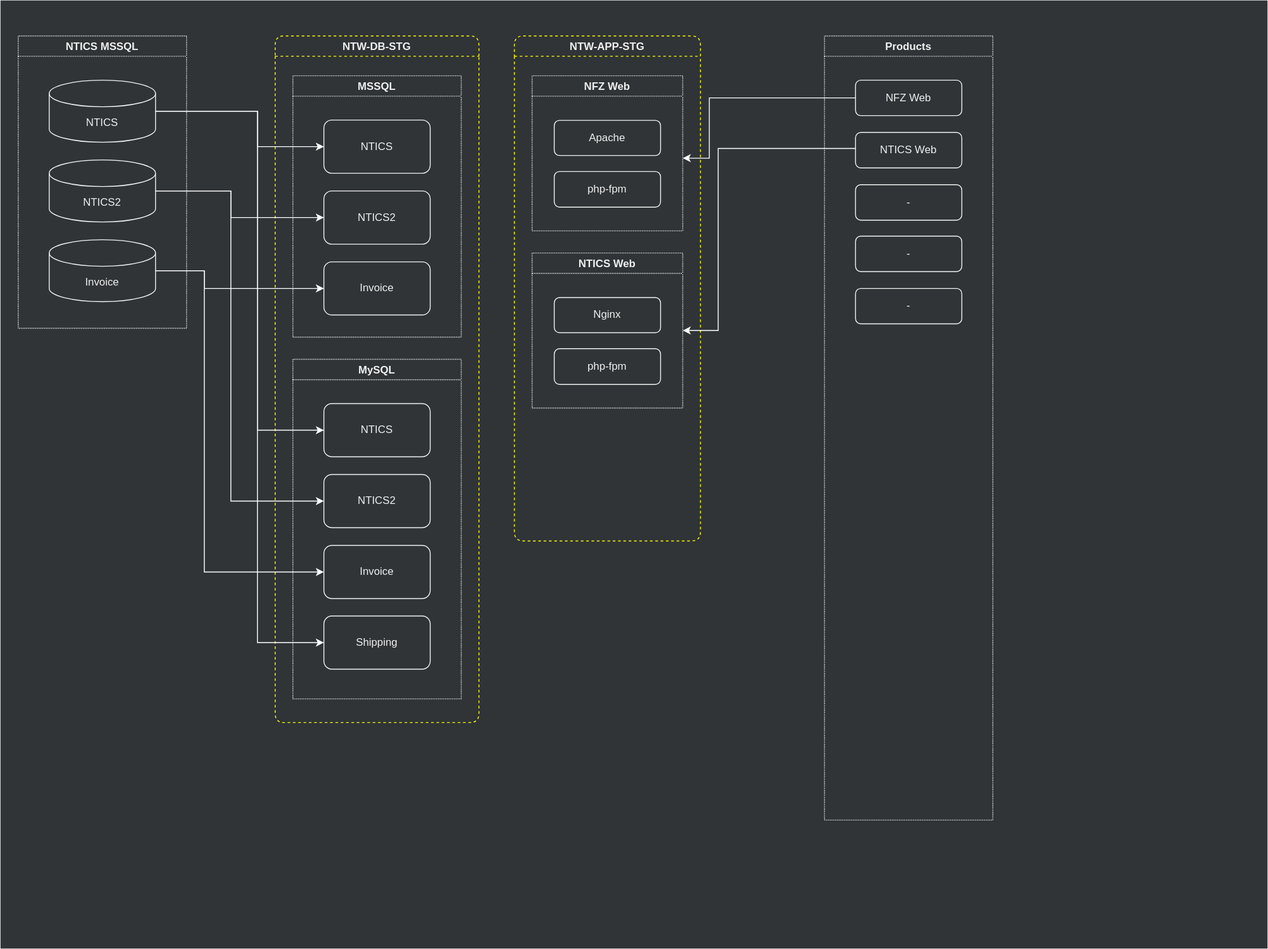
Above: assets/.draw.io/documents/devops-pipeline-structure.svg in jiholee-ntwglobal/jiholee-ntwglobal.github.io (draw.io), before the change. Source tidied: cells renumbered, new cells last; positions are measured from the earlier drawing's top-left corner, leaving out a move shared by most shapes.
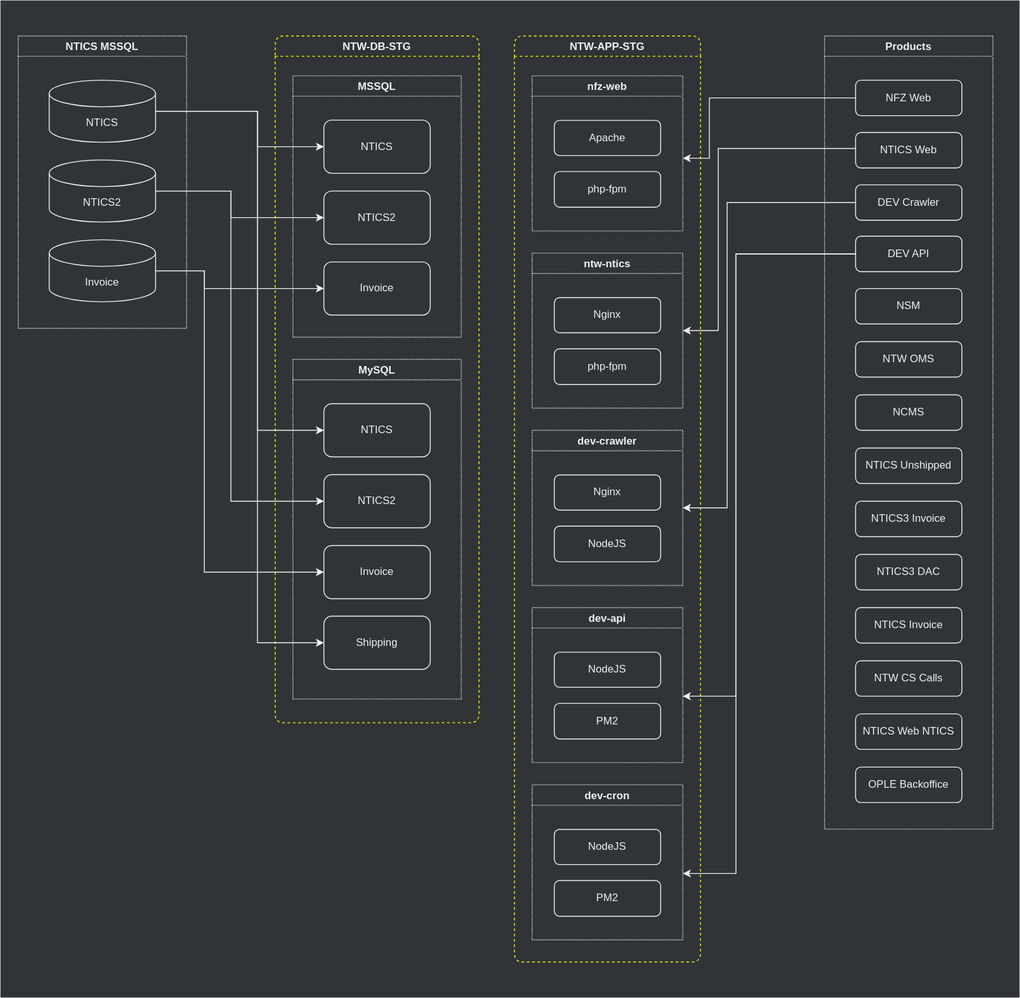
After the commit.

What changed in the source:
```diff
@@ -3,7 +3,7 @@
     <mxCell id="0" />
     <mxCell id="1" parent="0" />
     <mxCell id="2" style="rounded=0;whiteSpace=wrap;html=1;fillColor=#303437;strokeColor=none;" parent="1" vertex="1">
-      <mxGeometry width="1430" height="1070" as="geometry" />
+      <mxGeometry width="1150" height="1125" as="geometry" />
     </mxCell>
     <mxCell id="3" value="NTW-DB-STG" style="swimlane;rounded=1;fillColor=none;fontColor=#F0F0F0;dashed=1;strokeColor=#FFFF00;" parent="1" vertex="1">
       <mxGeometry x="310" y="40" width="230" height="775" as="geometry" />
@@ -36,9 +36,9 @@
       <mxGeometry x="35" y="210" width="120" height="60" as="geometry" />
     </mxCell>
     <mxCell id="13" value="NTW-APP-STG" style="swimlane;rounded=1;fillColor=none;fontColor=#F0F0F0;dashed=1;strokeColor=#FFFF00;" parent="1" vertex="1">
-      <mxGeometry x="580" y="40" width="210" height="570" as="geometry" />
+      <mxGeometry x="580" y="40" width="210" height="1045" as="geometry" />
     </mxCell>
-    <mxCell id="14" value="NFZ Web" style="swimlane;rounded=0;fillColor=none;strokeColor=#F0F0F0;fontColor=#F0F0F0;dashed=1;dashPattern=1 1;" parent="13" vertex="1">
+    <mxCell id="14" value="nfz-web" style="swimlane;rounded=0;fillColor=none;strokeColor=#F0F0F0;fontColor=#F0F0F0;dashed=1;dashPattern=1 1;" parent="13" vertex="1">
       <mxGeometry x="20" y="45" width="170" height="175" as="geometry" />
     </mxCell>
     <mxCell id="15" value="Apache" style="rounded=1;whiteSpace=wrap;html=1;strokeColor=#F0F0F0;fillColor=none;fontColor=#F0F0F0;" parent="14" vertex="1">
@@ -47,7 +47,7 @@
     <mxCell id="16" value="php-fpm" style="rounded=1;whiteSpace=wrap;html=1;strokeColor=#F0F0F0;fillColor=none;fontColor=#F0F0F0;" parent="14" vertex="1">
       <mxGeometry x="25" y="108" width="120" height="40.3" as="geometry" />
     </mxCell>
-    <mxCell id="17" value="NTICS Web" style="swimlane;rounded=0;fillColor=none;strokeColor=#F0F0F0;fontColor=#F0F0F0;dashed=1;dashPattern=1 1;" parent="13" vertex="1">
+    <mxCell id="17" value="ntw-ntics" style="swimlane;rounded=0;fillColor=none;strokeColor=#F0F0F0;fontColor=#F0F0F0;dashed=1;dashPattern=1 1;" parent="13" vertex="1">
       <mxGeometry x="20" y="245" width="170" height="175" as="geometry" />
     </mxCell>
     <mxCell id="18" value="Nginx" style="rounded=1;whiteSpace=wrap;html=1;strokeColor=#F0F0F0;fillColor=none;fontColor=#F0F0F0;" parent="17" vertex="1">
@@ -57,7 +57,7 @@
       <mxGeometry x="25" y="108" width="120" height="40.3" as="geometry" />
     </mxCell>
     <mxCell id="20" value="Products" style="swimlane;rounded=0;fillColor=none;strokeColor=#F0F0F0;fontColor=#F0F0F0;dashed=1;dashPattern=1 1;" parent="1" vertex="1">
-      <mxGeometry x="930" y="40" width="190" height="885" as="geometry" />
+      <mxGeometry x="930" y="40" width="190" height="895" as="geometry" />
     </mxCell>
     <mxCell id="21" value="NFZ Web" style="rounded=1;whiteSpace=wrap;html=1;strokeColor=#F0F0F0;fillColor=none;fontColor=#F0F0F0;" parent="20" vertex="1">
       <mxGeometry x="35" y="50" width="120" height="40" as="geometry" />
@@ -65,12 +65,42 @@
     <mxCell id="22" value="NTICS Web" style="rounded=1;whiteSpace=wrap;html=1;strokeColor=#F0F0F0;fillColor=none;fontColor=#F0F0F0;" parent="20" vertex="1">
       <mxGeometry x="35" y="109" width="120" height="40" as="geometry" />
     </mxCell>
-    <mxCell id="23" value="-" style="rounded=1;whiteSpace=wrap;html=1;strokeColor=#F0F0F0;fillColor=none;fontColor=#F0F0F0;" parent="20" vertex="1">
+    <mxCell id="23" value="DEV Crawler" style="rounded=1;whiteSpace=wrap;html=1;strokeColor=#F0F0F0;fillColor=none;fontColor=#F0F0F0;" parent="20" vertex="1">
       <mxGeometry x="35" y="168" width="120" height="40" as="geometry" />
     </mxCell>
-    <mxCell id="24" value="-" style="rounded=1;whiteSpace=wrap;html=1;strokeColor=#F0F0F0;fillColor=none;fontColor=#F0F0F0;" parent="20" vertex="1">
+    <mxCell id="24" value="DEV API" style="rounded=1;whiteSpace=wrap;html=1;strokeColor=#F0F0F0;fillColor=none;fontColor=#F0F0F0;" parent="20" vertex="1">
       <mxGeometry x="35" y="226" width="120" height="40" as="geometry" />
     </mxCell>
+    <mxCell id="39" value="NSM" style="rounded=1;whiteSpace=wrap;html=1;strokeColor=#F0F0F0;fillColor=none;fontColor=#F0F0F0;" parent="20" vertex="1">
+      <mxGeometry x="35" y="285" width="120" height="40" as="geometry" />
+    </mxCell>
+    <mxCell id="40" value="NTW OMS" style="rounded=1;whiteSpace=wrap;html=1;strokeColor=#F0F0F0;fillColor=none;fontColor=#F0F0F0;" parent="20" vertex="1">
+      <mxGeometry x="35" y="345" width="120" height="40" as="geometry" />
+    </mxCell>
+    <mxCell id="41" value="NCMS" style="rounded=1;whiteSpace=wrap;html=1;strokeColor=#F0F0F0;fillColor=none;fontColor=#F0F0F0;" parent="20" vertex="1">
+      <mxGeometry x="35" y="405" width="120" height="40" as="geometry" />
+    </mxCell>
+    <mxCell id="42" value="NTICS Unshipped" style="rounded=1;whiteSpace=wrap;html=1;strokeColor=#F0F0F0;fillColor=none;fontColor=#F0F0F0;" parent="20" vertex="1">
+      <mxGeometry x="35" y="465" width="120" height="40" as="geometry" />
+    </mxCell>
+    <mxCell id="43" value="NTICS3 Invoice" style="rounded=1;whiteSpace=wrap;html=1;strokeColor=#F0F0F0;fillColor=none;fontColor=#F0F0F0;" parent="20" vertex="1">
+      <mxGeometry x="35" y="525" width="120" height="40" as="geometry" />
+    </mxCell>
+    <mxCell id="44" value="NTICS3 DAC" style="rounded=1;whiteSpace=wrap;html=1;strokeColor=#F0F0F0;fillColor=none;fontColor=#F0F0F0;" parent="20" vertex="1">
+      <mxGeometry x="35" y="585" width="120" height="40" as="geometry" />
+    </mxCell>
+    <mxCell id="45" value="NTICS Invoice" style="rounded=1;whiteSpace=wrap;html=1;strokeColor=#F0F0F0;fillColor=none;fontColor=#F0F0F0;" parent="20" vertex="1">
+      <mxGeometry x="35" y="645" width="120" height="40" as="geometry" />
+    </mxCell>
+    <mxCell id="46" value="NTW CS Calls" style="rounded=1;whiteSpace=wrap;html=1;strokeColor=#F0F0F0;fillColor=none;fontColor=#F0F0F0;" parent="20" vertex="1">
+      <mxGeometry x="35" y="705" width="120" height="40" as="geometry" />
+    </mxCell>
+    <mxCell id="47" value="NTICS Web NTICS" style="rounded=1;whiteSpace=wrap;html=1;strokeColor=#F0F0F0;fillColor=none;fontColor=#F0F0F0;" parent="20" vertex="1">
+      <mxGeometry x="35" y="765" width="120" height="40" as="geometry" />
+    </mxCell>
+    <mxCell id="48" value="OPLE Backoffice" style="rounded=1;whiteSpace=wrap;html=1;strokeColor=#F0F0F0;fillColor=none;fontColor=#F0F0F0;" parent="20" vertex="1">
+      <mxGeometry x="35" y="825" width="120" height="40" as="geometry" />
+    </mxCell>
     <mxCell id="25" value="NTICS MSSQL" style="swimlane;rounded=0;fillColor=none;strokeColor=#F0F0F0;fontColor=#F0F0F0;dashed=1;dashPattern=1 1;" parent="1" vertex="1">
       <mxGeometry x="20" y="40" width="190" height="330" as="geometry" />
     </mxCell>
@@ -83,7 +113,7 @@
     <mxCell id="28" value="Invoice" style="shape=cylinder3;whiteSpace=wrap;html=1;boundedLbl=1;backgroundOutline=1;size=15;fillColor=none;fontColor=#F0F0F0;strokeColor=#F0F0F0;" parent="25" vertex="1">
       <mxGeometry x="35" y="230" width="120" height="70" as="geometry" />
     </mxCell>
-    <mxCell id="29" style="edgeStyle=orthogonalEdgeStyle;rounded=0;jettySize=auto;html=1;entryX=0;entryY=0.5;entryDx=0;entryDy=0;fontColor=#F0F0F0;strokeColor=#FFFFFF;" parent="1" edge="1" source="27" target="10">
+    <mxCell id="29" style="edgeStyle=orthogonalEdgeStyle;rounded=0;jettySize=auto;html=1;entryX=0;entryY=0.5;entryDx=0;entryDy=0;fontColor=#F0F0F0;strokeColor=#F0F0F0;" parent="1" edge="1" source="27" target="10">
       <mxGeometry relative="1" as="geometry">
         <Array as="points">
           <mxPoint x="290" y="125" />
@@ -91,7 +121,7 @@
         </Array>
       </mxGeometry>
     </mxCell>
-    <mxCell id="30" style="edgeStyle=orthogonalEdgeStyle;rounded=0;jettySize=auto;html=1;entryX=0;entryY=0.5;entryDx=0;entryDy=0;fontColor=#F0F0F0;strokeColor=#FFFFFF;" parent="1" edge="1" source="27" target="5">
+    <mxCell id="30" style="edgeStyle=orthogonalEdgeStyle;rounded=0;jettySize=auto;html=1;entryX=0;entryY=0.5;entryDx=0;entryDy=0;fontColor=#F0F0F0;strokeColor=#F0F0F0;" parent="1" edge="1" source="27" target="5">
       <mxGeometry relative="1" as="geometry">
         <Array as="points">
           <mxPoint x="290" y="125" />
@@ -99,7 +129,7 @@
         </Array>
       </mxGeometry>
     </mxCell>
-    <mxCell id="31" style="edgeStyle=orthogonalEdgeStyle;rounded=0;jettySize=auto;html=1;entryX=0;entryY=0.5;entryDx=0;entryDy=0;fontColor=#F0F0F0;strokeColor=#FFFFFF;" parent="1" edge="1" source="26" target="11">
+    <mxCell id="31" style="edgeStyle=orthogonalEdgeStyle;rounded=0;jettySize=auto;html=1;entryX=0;entryY=0.5;entryDx=0;entryDy=0;fontColor=#F0F0F0;strokeColor=#F0F0F0;" parent="1" edge="1" source="26" target="11">
       <mxGeometry relative="1" as="geometry">
         <Array as="points">
           <mxPoint x="260" y="215" />
@@ -107,7 +137,7 @@
         </Array>
       </mxGeometry>
     </mxCell>
-    <mxCell id="32" style="edgeStyle=orthogonalEdgeStyle;rounded=0;jettySize=auto;html=1;entryX=0;entryY=0.5;entryDx=0;entryDy=0;fontColor=#F0F0F0;strokeColor=#FFFFFF;" parent="1" edge="1" source="26" target="6">
+    <mxCell id="32" style="edgeStyle=orthogonalEdgeStyle;rounded=0;jettySize=auto;html=1;entryX=0;entryY=0.5;entryDx=0;entryDy=0;fontColor=#F0F0F0;strokeColor=#F0F0F0;" parent="1" edge="1" source="26" target="6">
       <mxGeometry relative="1" as="geometry">
         <Array as="points">
           <mxPoint x="260" y="215" />
@@ -115,7 +145,7 @@
         </Array>
       </mxGeometry>
     </mxCell>
-    <mxCell id="33" style="edgeStyle=orthogonalEdgeStyle;rounded=0;jettySize=auto;html=1;entryX=0;entryY=0.5;entryDx=0;entryDy=0;fontColor=#F0F0F0;strokeColor=#FFFFFF;" parent="1" edge="1" source="28" target="12">
+    <mxCell id="33" style="edgeStyle=orthogonalEdgeStyle;rounded=0;jettySize=auto;html=1;entryX=0;entryY=0.5;entryDx=0;entryDy=0;fontColor=#F0F0F0;strokeColor=#F0F0F0;" parent="1" edge="1" source="28" target="12">
       <mxGeometry relative="1" as="geometry">
         <Array as="points">
           <mxPoint x="230" y="305" />
@@ -123,7 +153,7 @@
         </Array>
       </mxGeometry>
     </mxCell>
-    <mxCell id="34" style="edgeStyle=orthogonalEdgeStyle;rounded=0;jettySize=auto;html=1;entryX=0;entryY=0.5;entryDx=0;entryDy=0;fontColor=#F0F0F0;strokeColor=#FFFFFF;" parent="1" edge="1" source="28" target="7">
+    <mxCell id="34" style="edgeStyle=orthogonalEdgeStyle;rounded=0;jettySize=auto;html=1;entryX=0;entryY=0.5;entryDx=0;entryDy=0;fontColor=#F0F0F0;strokeColor=#F0F0F0;" parent="1" edge="1" source="28" target="7">
       <mxGeometry relative="1" as="geometry">
         <Array as="points">
           <mxPoint x="230" y="305" />
@@ -131,7 +161,7 @@
         </Array>
       </mxGeometry>
     </mxCell>
-    <mxCell id="35" style="edgeStyle=orthogonalEdgeStyle;rounded=0;jettySize=auto;html=1;fontColor=#F0F0F0;exitX=0;exitY=0.5;exitDx=0;exitDy=0;strokeColor=#FFFFFF;" parent="1" edge="1" source="21">
+    <mxCell id="35" style="edgeStyle=orthogonalEdgeStyle;rounded=0;jettySize=auto;html=1;fontColor=#F0F0F0;exitX=0;exitY=0.5;exitDx=0;exitDy=0;strokeColor=#F0F0F0;" parent="1" edge="1" source="21">
       <mxGeometry relative="1" as="geometry">
         <mxPoint x="770" y="178" as="targetPoint" />
         <Array as="points">
@@ -140,7 +170,7 @@
         </Array>
       </mxGeometry>
     </mxCell>
-    <mxCell id="36" style="edgeStyle=orthogonalEdgeStyle;rounded=0;jettySize=auto;html=1;entryX=1;entryY=0.5;entryDx=0;entryDy=0;fontColor=#F0F0F0;strokeColor=#FFFFFF;" parent="1" edge="1" source="22" target="17">
+    <mxCell id="36" style="edgeStyle=orthogonalEdgeStyle;rounded=0;jettySize=auto;html=1;entryX=1;entryY=0.5;entryDx=0;entryDy=0;fontColor=#F0F0F0;strokeColor=#F0F0F0;" parent="1" edge="1" source="22" target="17">
       <mxGeometry relative="1" as="geometry">
         <Array as="points">
           <mxPoint x="810" y="167" />
@@ -148,7 +178,7 @@
         </Array>
       </mxGeometry>
     </mxCell>
-    <mxCell id="37" style="edgeStyle=orthogonalEdgeStyle;rounded=0;jettySize=auto;html=1;entryX=0;entryY=0.5;entryDx=0;entryDy=0;fontColor=#F0F0F0;strokeColor=#FFFFFF;" parent="1" edge="1" source="27" target="8">
+    <mxCell id="37" style="edgeStyle=orthogonalEdgeStyle;rounded=0;jettySize=auto;html=1;entryX=0;entryY=0.5;entryDx=0;entryDy=0;fontColor=#F0F0F0;strokeColor=#F0F0F0;" parent="1" edge="1" source="27" target="8">
       <mxGeometry relative="1" as="geometry">
         <Array as="points">
           <mxPoint x="290" y="125" />
@@ -156,8 +186,58 @@
         </Array>
       </mxGeometry>
     </mxCell>
-    <mxCell id="38" value="-" style="rounded=1;whiteSpace=wrap;html=1;strokeColor=#F0F0F0;fillColor=none;fontColor=#F0F0F0;" parent="1" vertex="1">
-      <mxGeometry x="965" y="325" width="120" height="40" as="geometry" />
-    </mxCell>
+    <mxCell id="49" value="dev-crawler" style="swimlane;rounded=0;fillColor=none;strokeColor=#F0F0F0;fontColor=#F0F0F0;dashed=1;dashPattern=1 1;" parent="1" vertex="1">
+      <mxGeometry x="600" y="485" width="170" height="175" as="geometry" />
+    </mxCell>
+    <mxCell id="50" value="Nginx" style="rounded=1;whiteSpace=wrap;html=1;strokeColor=#F0F0F0;fillColor=none;fontColor=#F0F0F0;" parent="49" vertex="1">
+      <mxGeometry x="25" y="50.3" width="120" height="39.7" as="geometry" />
+    </mxCell>
+    <mxCell id="51" value="NodeJS" style="rounded=1;whiteSpace=wrap;html=1;strokeColor=#F0F0F0;fillColor=none;fontColor=#F0F0F0;" parent="49" vertex="1">
+      <mxGeometry x="25" y="108" width="120" height="40.3" as="geometry" />
+    </mxCell>
+    <mxCell id="52" value="dev-api" style="swimlane;rounded=0;fillColor=none;strokeColor=#F0F0F0;fontColor=#F0F0F0;dashed=1;dashPattern=1 1;" parent="1" vertex="1">
+      <mxGeometry x="600" y="685" width="170" height="175" as="geometry" />
+    </mxCell>
+    <mxCell id="53" value="NodeJS" style="rounded=1;whiteSpace=wrap;html=1;strokeColor=#F0F0F0;fillColor=none;fontColor=#F0F0F0;" parent="52" vertex="1">
+      <mxGeometry x="25" y="50.3" width="120" height="39.7" as="geometry" />
+    </mxCell>
+    <mxCell id="54" value="PM2" style="rounded=1;whiteSpace=wrap;html=1;strokeColor=#F0F0F0;fillColor=none;fontColor=#F0F0F0;" parent="52" vertex="1">
+      <mxGeometry x="25" y="108" width="120" height="40.3" as="geometry" />
+    </mxCell>
+    <mxCell id="55" value="dev-cron" style="swimlane;rounded=0;fillColor=none;strokeColor=#F0F0F0;fontColor=#F0F0F0;dashed=1;dashPattern=1 1;" parent="1" vertex="1">
+      <mxGeometry x="600" y="885" width="170" height="175" as="geometry" />
+    </mxCell>
+    <mxCell id="56" value="NodeJS" style="rounded=1;whiteSpace=wrap;html=1;strokeColor=#F0F0F0;fillColor=none;fontColor=#F0F0F0;" parent="55" vertex="1">
+      <mxGeometry x="25" y="50.3" width="120" height="39.7" as="geometry" />
+    </mxCell>
+    <mxCell id="57" value="PM2" style="rounded=1;whiteSpace=wrap;html=1;strokeColor=#F0F0F0;fillColor=none;fontColor=#F0F0F0;" parent="55" vertex="1">
+      <mxGeometry x="25" y="108" width="120" height="40.3" as="geometry" />
+    </mxCell>
+    <mxCell id="58" style="edgeStyle=orthogonalEdgeStyle;rounded=0;jettySize=auto;html=1;entryX=1;entryY=0.5;entryDx=0;entryDy=0;strokeColor=#F0F0F0;fontColor=#F0F0F0;" parent="1" edge="1" source="23" target="49">
+      <mxGeometry relative="1" as="geometry">
+        <Array as="points">
+          <mxPoint x="820" y="228" />
+          <mxPoint x="820" y="573" />
+        </Array>
+      </mxGeometry>
+    </mxCell>
+    <mxCell id="59" style="edgeStyle=orthogonalEdgeStyle;rounded=0;jettySize=auto;html=1;strokeColor=#F0F0F0;fontColor=#F0F0F0;" parent="1" edge="1" source="24">
+      <mxGeometry relative="1" as="geometry">
+        <mxPoint x="770" y="785" as="targetPoint" />
+        <Array as="points">
+          <mxPoint x="830" y="286" />
+          <mxPoint x="830" y="785" />
+        </Array>
+      </mxGeometry>
+    </mxCell>
+    <mxCell id="60" style="edgeStyle=orthogonalEdgeStyle;rounded=0;jettySize=auto;html=1;strokeColor=#F0F0F0;fontColor=#F0F0F0;" parent="1" edge="1" source="24">
+      <mxGeometry relative="1" as="geometry">
+        <mxPoint x="770" y="985" as="targetPoint" />
+        <Array as="points">
+          <mxPoint x="830" y="286" />
+          <mxPoint x="830" y="985" />
+        </Array>
+      </mxGeometry>
+    </mxCell>
   </root>
 </mxGraphModel>
```
